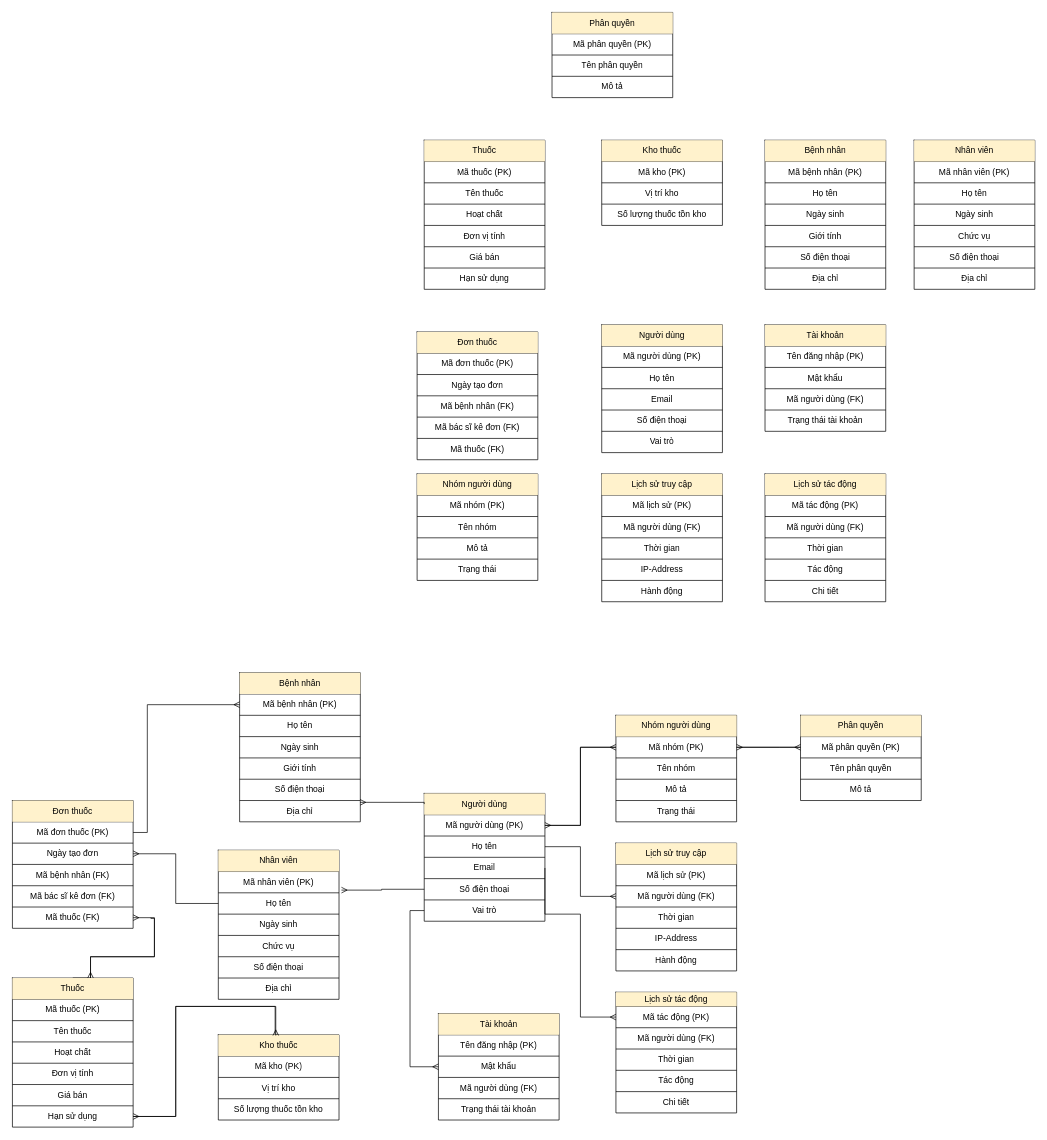
Before: So do CSDL.drawio in nguyentrung181/DA1, a draw.io diagram. Source tidied: cells renumbered, new cells numbered last; positions are measured from the earlier drawing's top-left corner, leaving out a move shared by most shapes. Both pictures are drawn from the tidied source at 71%, with x=0, y=0 at pixel (12, 12).
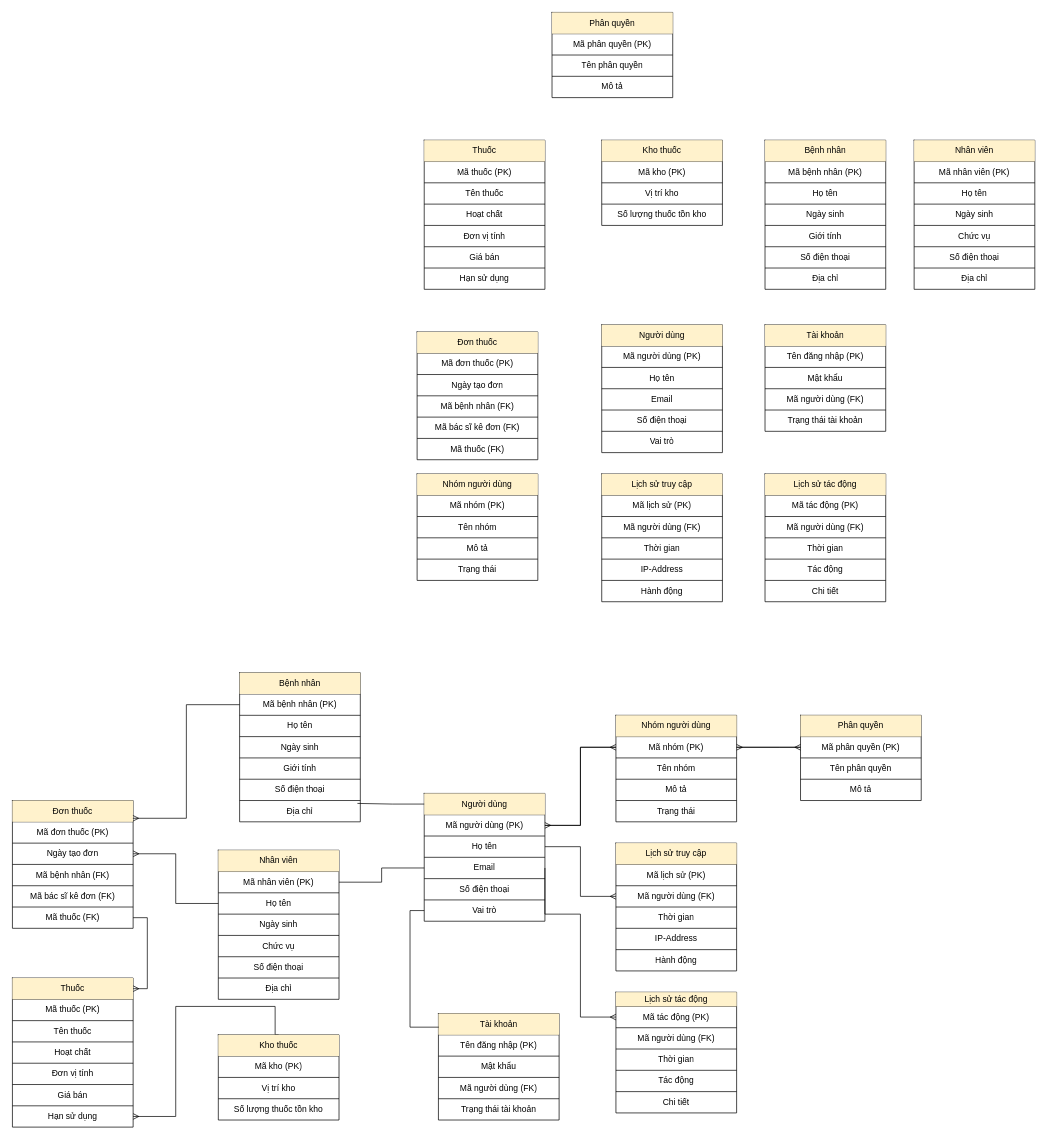
Above is the later version.

Unchanged cells that the change refers to:
```xml
<mxCell id="116" style="shape=tableRow;horizontal=0;startSize=0;swimlaneHead=0;swimlaneBody=0;strokeColor=inherit;top=0;left=0;bottom=0;right=0;fillColor=none;points=[[0,0.5],[1,0.5]];portConstraint=eastwest;" parent="115" vertex="1">
  <mxGeometry width="170" height="30" as="geometry" />
</mxCell>
<mxCell id="122" style="shape=tableRow;horizontal=0;startSize=0;swimlaneHead=0;swimlaneBody=0;strokeColor=inherit;top=0;left=0;bottom=0;right=0;fillColor=none;points=[[0,0.5],[1,0.5]];portConstraint=eastwest;" parent="115" vertex="1">
  <mxGeometry y="90" width="170" height="30" as="geometry" />
</mxCell>
<mxCell id="124" style="shape=tableRow;horizontal=0;startSize=0;swimlaneHead=0;swimlaneBody=0;strokeColor=inherit;top=0;left=0;bottom=0;right=0;fillColor=none;points=[[0,0.5],[1,0.5]];portConstraint=eastwest;" parent="115" vertex="1">
  <mxGeometry y="120" width="170" height="30" as="geometry" />
</mxCell>
<mxCell id="126" style="shape=tableRow;horizontal=0;startSize=0;swimlaneHead=0;swimlaneBody=0;strokeColor=inherit;top=0;left=0;bottom=0;right=0;fillColor=none;points=[[0,0.5],[1,0.5]];portConstraint=eastwest;" parent="115" vertex="1">
  <mxGeometry y="150" width="170" height="30" as="geometry" />
</mxCell>
<mxCell id="189" style="shape=table;startSize=0;childLayout=tableLayout;" parent="1" vertex="1">
  <mxGeometry x="600" y="1410" width="170" height="150" as="geometry" />
</mxCell>
<mxCell id="194" style="shape=tableRow;horizontal=0;startSize=0;swimlaneHead=0;swimlaneBody=0;strokeColor=inherit;top=0;left=0;bottom=0;right=0;fillColor=none;points=[[0,0.5],[1,0.5]];portConstraint=eastwest;" parent="189" vertex="1">
  <mxGeometry y="60" width="170" height="30" as="geometry" />
</mxCell>
<mxCell id="215" style="shape=table;startSize=0;childLayout=tableLayout;" parent="1" vertex="1">
  <mxGeometry y="1110" width="170" height="180" as="geometry" />
</mxCell>
<mxCell id="218" style="shape=tableRow;horizontal=0;startSize=0;swimlaneHead=0;swimlaneBody=0;strokeColor=inherit;top=0;left=0;bottom=0;right=0;fillColor=none;points=[[0,0.5],[1,0.5]];portConstraint=eastwest;" parent="215" vertex="1">
  <mxGeometry y="30" width="170" height="30" as="geometry" />
</mxCell>
<mxCell id="226" style="shape=tableRow;horizontal=0;startSize=0;swimlaneHead=0;swimlaneBody=0;strokeColor=inherit;top=0;left=0;bottom=0;right=0;fillColor=none;points=[[0,0.5],[1,0.5]];portConstraint=eastwest;" parent="215" vertex="1">
  <mxGeometry y="150" width="170" height="30" as="geometry" />
</mxCell>
<mxCell id="231" style="shape=tableRow;horizontal=0;startSize=0;swimlaneHead=0;swimlaneBody=0;strokeColor=inherit;top=0;left=0;bottom=0;right=0;fillColor=none;points=[[0,0.5],[1,0.5]];portConstraint=eastwest;" parent="228" vertex="1">
  <mxGeometry y="30" width="170" height="30" as="geometry" />
</mxCell>
<mxCell id="241" style="shape=tableRow;horizontal=0;startSize=0;swimlaneHead=0;swimlaneBody=0;strokeColor=inherit;top=0;left=0;bottom=0;right=0;fillColor=none;points=[[0,0.5],[1,0.5]];portConstraint=eastwest;" parent="228" vertex="1">
  <mxGeometry y="180" width="170" height="30" as="geometry" />
</mxCell>
<mxCell id="246" style="shape=tableRow;horizontal=0;startSize=0;swimlaneHead=0;swimlaneBody=0;strokeColor=inherit;top=0;left=0;bottom=0;right=0;fillColor=none;points=[[0,0.5],[1,0.5]];portConstraint=eastwest;" parent="243" vertex="1">
  <mxGeometry y="30" width="170" height="30" as="geometry" />
</mxCell>
<mxCell id="248" style="shape=tableRow;horizontal=0;startSize=0;swimlaneHead=0;swimlaneBody=0;strokeColor=inherit;top=0;left=0;bottom=0;right=0;fillColor=none;points=[[0,0.5],[1,0.5]];portConstraint=eastwest;" parent="243" vertex="1">
  <mxGeometry y="60" width="170" height="30" as="geometry" />
</mxCell>
<mxCell id="259" style="shape=table;startSize=0;childLayout=tableLayout;" parent="1" vertex="1">
  <mxGeometry y="1360" width="170" height="210" as="geometry" />
</mxCell>
<mxCell id="260" style="shape=tableRow;horizontal=0;startSize=0;swimlaneHead=0;swimlaneBody=0;strokeColor=inherit;top=0;left=0;bottom=0;right=0;fillColor=none;points=[[0,0.5],[1,0.5]];portConstraint=eastwest;" parent="259" vertex="1">
  <mxGeometry width="170" height="30" as="geometry" />
</mxCell>
<mxCell id="272" style="shape=tableRow;horizontal=0;startSize=0;swimlaneHead=0;swimlaneBody=0;strokeColor=inherit;top=0;left=0;bottom=0;right=0;fillColor=none;points=[[0,0.5],[1,0.5]];portConstraint=eastwest;" parent="259" vertex="1">
  <mxGeometry y="180" width="170" height="30" as="geometry" />
</mxCell>
<mxCell id="276" style="shape=tableRow;horizontal=0;startSize=0;swimlaneHead=0;swimlaneBody=0;strokeColor=inherit;top=0;left=0;bottom=0;right=0;fillColor=none;points=[[0,0.5],[1,0.5]];portConstraint=eastwest;" parent="275" vertex="1">
  <mxGeometry width="170" height="30" as="geometry" />
</mxCell>
```

The edit, as a diff of the source:
```diff
@@
-    <mxCell id="258" style="edgeStyle=orthogonalEdgeStyle;rounded=0;jettySize=auto;html=1;exitX=0.5;exitY=0;exitDx=0;exitDy=0;endArrow=ERmany;endFill=0;" parent="1" edge="1" source="259" target="226">
-      <mxGeometry relative="1" as="geometry">
-        <Array as="points">
-          <mxPoint x="110" y="1360" />
-          <mxPoint x="110" y="1330" />
-          <mxPoint x="200" y="1330" />
-          <mxPoint x="200" y="1275" />
-        </Array>
-      </mxGeometry>
-    </mxCell>
@@
-    <mxCell id="285" style="edgeStyle=orthogonalEdgeStyle;rounded=0;orthogonalLoop=1;jettySize=auto;html=1;exitX=1;exitY=0.5;exitDx=0;exitDy=0;entryX=0.5;entryY=0;entryDx=0;entryDy=0;endArrow=ERmany;endFill=0;" parent="1" edge="1">
-      <mxGeometry relative="1" as="geometry">
-        <mxPoint x="195" y="1275" as="sourcePoint" />
-        <mxPoint x="110" y="1360" as="targetPoint" />
-        <Array as="points">
-          <mxPoint x="200" y="1276" />
-          <mxPoint x="200" y="1330" />
-          <mxPoint x="110" y="1330" />
-        </Array>
-      </mxGeometry>
-    </mxCell>
-    <mxCell id="286" style="edgeStyle=orthogonalEdgeStyle;rounded=0;jettySize=auto;html=1;exitX=1;exitY=0.5;exitDx=0;exitDy=0;entryX=0.476;entryY=0.033;entryDx=0;entryDy=0;endArrow=ERmany;endFill=0;entryPerimeter=0;" parent="1" edge="1" source="272" target="276">
-      <mxGeometry relative="1" as="geometry">
-        <Array as="points">
-          <mxPoint x="230" y="1555" />
-          <mxPoint x="230" y="1400" />
-          <mxPoint x="371" y="1400" />
-        </Array>
-      </mxGeometry>
-    </mxCell>
-    <mxCell id="287" style="edgeStyle=orthogonalEdgeStyle;rounded=0;jettySize=auto;html=1;exitX=1;exitY=0.5;exitDx=0;exitDy=0;entryX=0;entryY=0.5;entryDx=0;entryDy=0;endArrow=ERmany;endFill=0;" parent="1" edge="1" source="218" target="231">
-      <mxGeometry relative="1" as="geometry">
-        <Array as="points">
-          <mxPoint x="190" y="1155" />
-          <mxPoint x="190" y="975" />
-        </Array>
-      </mxGeometry>
-    </mxCell>
-    <mxCell id="288" style="edgeStyle=orthogonalEdgeStyle;rounded=0;jettySize=auto;html=1;exitX=0;exitY=0.5;exitDx=0;exitDy=0;entryX=0;entryY=0.5;entryDx=0;entryDy=0;endArrow=ERmany;endFill=0;" parent="1" edge="1" source="126" target="194">
-      <mxGeometry relative="1" as="geometry" />
-    </mxCell>
+    <mxCell id="291" style="edgeStyle=orthogonalEdgeStyle;rounded=0;jettySize=auto;html=1;exitX=0;exitY=0.5;exitDx=0;exitDy=0;entryX=0.998;entryY=0.139;entryDx=0;entryDy=0;entryPerimeter=0;endArrow=ERmany;endFill=0;" parent="1" edge="1" source="231" target="215">
+      <mxGeometry relative="1" as="geometry" />
+    </mxCell>
+    <mxCell id="292" style="edgeStyle=orthogonalEdgeStyle;rounded=0;jettySize=auto;html=1;exitX=1;exitY=0.5;exitDx=0;exitDy=0;endArrow=ERmany;endFill=0;" parent="1" edge="1" source="226" target="260">
+      <mxGeometry relative="1" as="geometry" />
+    </mxCell>
+    <mxCell id="293" style="edgeStyle=orthogonalEdgeStyle;rounded=0;jettySize=auto;html=1;exitX=0;exitY=0.5;exitDx=0;exitDy=0;entryX=0.003;entryY=0.128;entryDx=0;entryDy=0;entryPerimeter=0;endArrow=none;startFill=0;" parent="1" edge="1" source="126" target="189">
+      <mxGeometry relative="1" as="geometry" />
+    </mxCell>
-    <mxCell id="289" style="edgeStyle=orthogonalEdgeStyle;rounded=0;jettySize=auto;html=1;exitX=0;exitY=0.5;exitDx=0;exitDy=0;entryX=0.998;entryY=0.085;entryDx=0;entryDy=0;entryPerimeter=0;endArrow=ERmany;endFill=0;" parent="1" edge="1" source="116" target="241">
-      <mxGeometry relative="1" as="geometry">
-        <Array as="points">
-          <mxPoint x="580" y="1113" />
-        </Array>
-      </mxGeometry>
+    <mxCell id="289" style="edgeStyle=orthogonalEdgeStyle;rounded=0;jettySize=auto;html=1;exitX=0;exitY=0.5;exitDx=0;exitDy=0;entryX=0.976;entryY=0.136;entryDx=0;entryDy=0;entryPerimeter=0;endArrow=none;startFill=0;" parent="1" edge="1" source="116" target="241">
+      <mxGeometry relative="1" as="geometry" />
     </mxCell>
-    <mxCell id="290" style="edgeStyle=orthogonalEdgeStyle;rounded=0;jettySize=auto;html=1;exitX=0;exitY=0.5;exitDx=0;exitDy=0;entryX=1.02;entryY=-0.127;entryDx=0;entryDy=0;entryPerimeter=0;endArrow=ERmany;endFill=0;" parent="1" edge="1" source="124" target="248">
-      <mxGeometry relative="1" as="geometry">
-        <Array as="points">
-          <mxPoint x="520" y="1236" />
-        </Array>
-      </mxGeometry>
-    </mxCell>
+    <mxCell id="294" style="edgeStyle=orthogonalEdgeStyle;rounded=0;jettySize=auto;html=1;exitX=0;exitY=0.5;exitDx=0;exitDy=0;entryX=1;entryY=0.5;entryDx=0;entryDy=0;endArrow=none;startFill=0;" parent="1" edge="1" source="122" target="246">
+      <mxGeometry relative="1" as="geometry" />
+    </mxCell>
```
